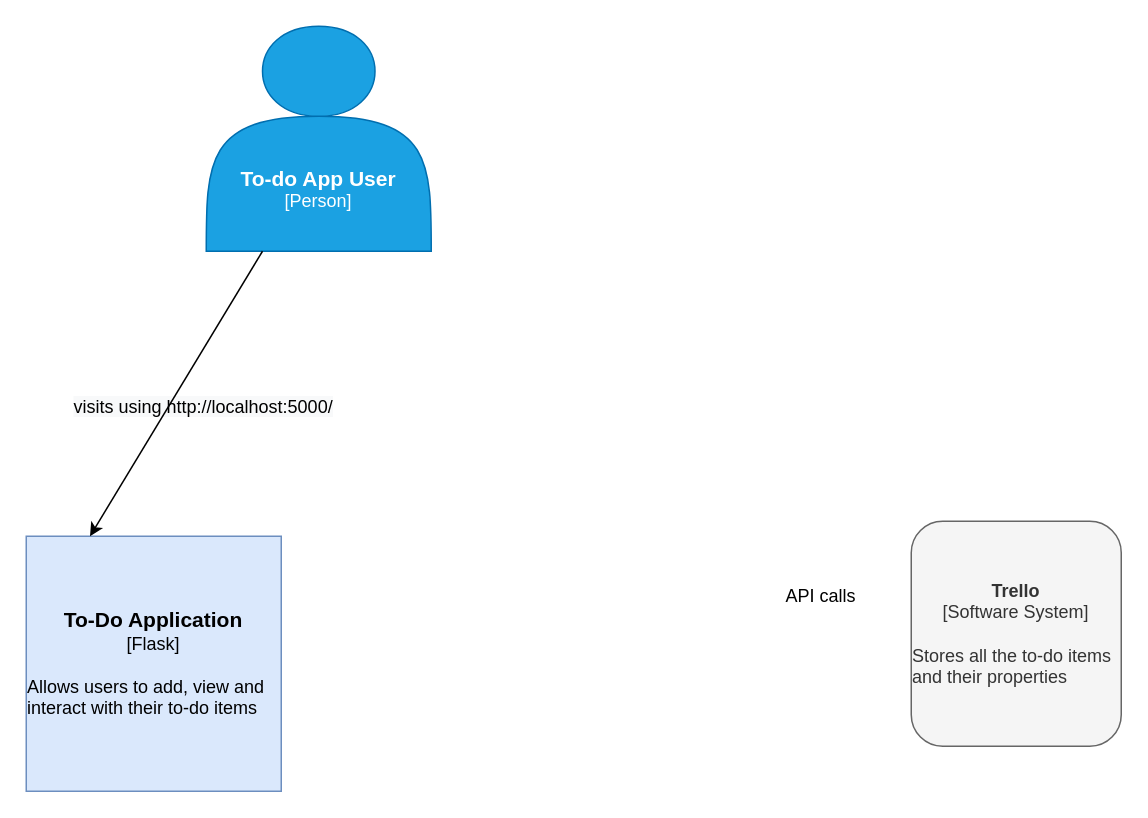
Above: Documentation/Container Diagram.drawio in Gontx/DevOps-Course-Starter (draw.io), before the change. Source tidied: cells renumbered, new cells numbered last; positions are measured from the earlier drawing's top-left corner, leaving out a move shared by most shapes. Both pictures are drawn from the tidied source at 150%, with x=0, y=0 at pixel (26, 26).
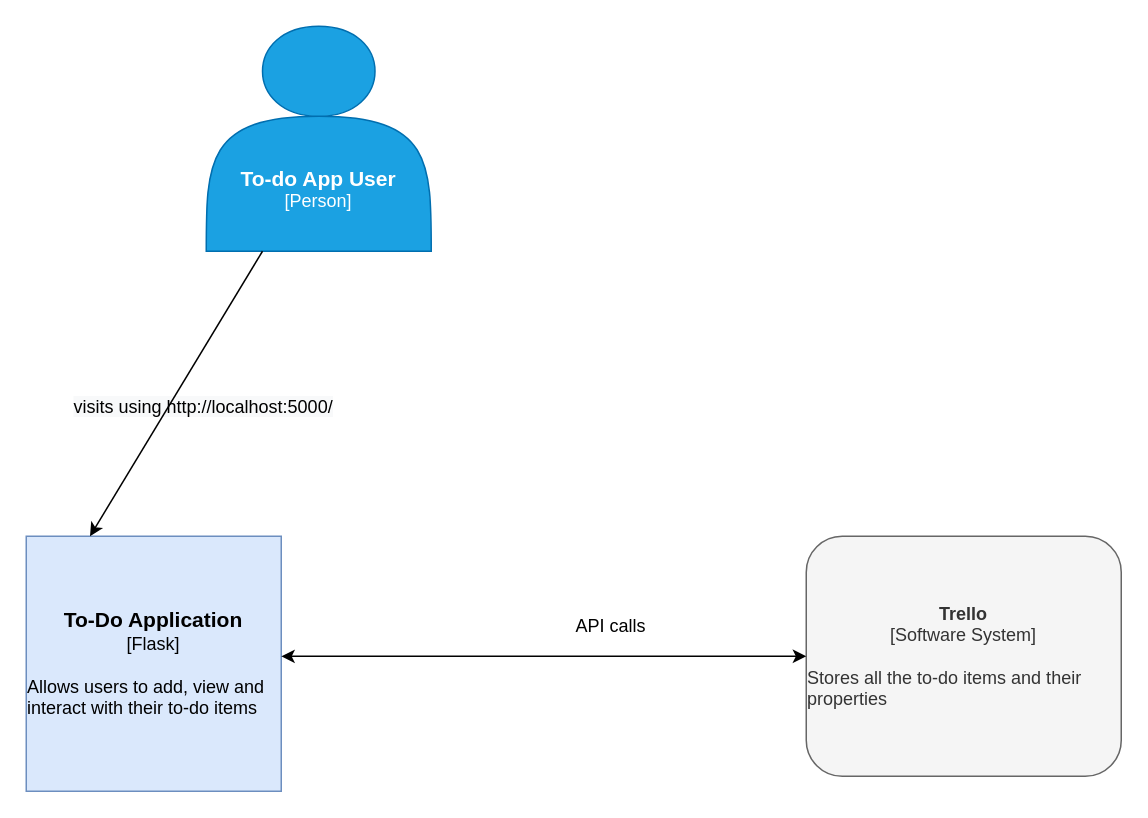
The same page after the edit.

What changed in the source:
```diff
@@
 <mxGraphModel>
   <root>
     <mxCell id="0" />
     <mxCell id="1" parent="0" />
     <mxCell id="2" value="&lt;b style=&quot;font-size: 14px&quot;&gt;&lt;br&gt;&lt;br&gt;&lt;br&gt;&lt;br&gt;To-do App User&lt;/b&gt;&lt;br&gt;[Person]" style="shape=actor;whiteSpace=wrap;html=1;fillColor=#1ba1e2;strokeColor=#006EAF;fontColor=#ffffff;" parent="1" vertex="1">
       <mxGeometry x="120" width="150" height="150" as="geometry" />
     </mxCell>
     <mxCell id="3" value="&lt;font&gt;&lt;b style=&quot;font-size: 12px&quot;&gt;Trello&lt;/b&gt;&lt;br&gt;[Software System]&lt;br&gt;&lt;br&gt;&lt;div style=&quot;text-align: left&quot;&gt;Stores all the to-do items and their properties&lt;/div&gt;&lt;/font&gt;" style="rounded=1;whiteSpace=wrap;html=1;fillColor=#f5f5f5;strokeColor=#666666;fontColor=#333333;" parent="1" vertex="1">
-      <mxGeometry x="590" y="330" width="140" height="150" as="geometry" />
+      <mxGeometry x="520" y="340" width="210" height="160" as="geometry" />
     </mxCell>
     <mxCell id="4" value="API calls" style="text;html=1;strokeColor=none;fillColor=none;align=center;verticalAlign=middle;whiteSpace=wrap;rounded=0;" parent="1" vertex="1">
-      <mxGeometry x="490" y="370" width="80" height="20" as="geometry" />
+      <mxGeometry x="350" y="390" width="80" height="20" as="geometry" />
     </mxCell>
     <mxCell id="5" value="&lt;b&gt;&lt;font style=&quot;font-size: 14px&quot;&gt;To-Do Application&lt;br&gt;&lt;/font&gt;&lt;/b&gt;[Flask]&lt;br&gt;&lt;br&gt;&lt;div style=&quot;text-align: left&quot;&gt;&lt;span&gt;Allows users to add, view and interact with their to-do items&lt;/span&gt;&lt;/div&gt;" style="whiteSpace=wrap;html=1;fillColor=#dae8fc;strokeColor=#6c8ebf;" parent="1" vertex="1">
       <mxGeometry y="340" width="170" height="170" as="geometry" />
     </mxCell>
     <mxCell id="6" value="&lt;span style=&quot;color: rgb(0, 0, 0); font-family: helvetica; font-size: 12px; font-style: normal; font-weight: 400; letter-spacing: normal; text-align: center; text-indent: 0px; text-transform: none; word-spacing: 0px; background-color: rgb(248, 249, 250); display: inline; float: none;&quot;&gt;visits using http://localhost:5000/&lt;/span&gt;" style="text;whiteSpace=wrap;html=1;" parent="1" vertex="1">
       <mxGeometry x="30" y="240" width="200" height="30" as="geometry" />
     </mxCell>
     <mxCell id="7" style="endArrow=classic;html=1;exitX=0.25;exitY=1;exitDx=0;exitDy=0;entryX=0.25;entryY=0;entryDx=0;entryDy=0;" parent="1" edge="1" source="2" target="5">
       <mxGeometry relative="1" as="geometry" />
     </mxCell>
+    <mxCell id="8" style="endArrow=classic;startArrow=classic;html=1;exitX=1;exitY=0.471;exitDx=0;exitDy=0;exitPerimeter=0;entryX=0;entryY=0.5;entryDx=0;entryDy=0;" parent="1" edge="1" source="5" target="3">
+      <mxGeometry relative="1" as="geometry" />
+    </mxCell>
   </root>
 </mxGraphModel>
```
